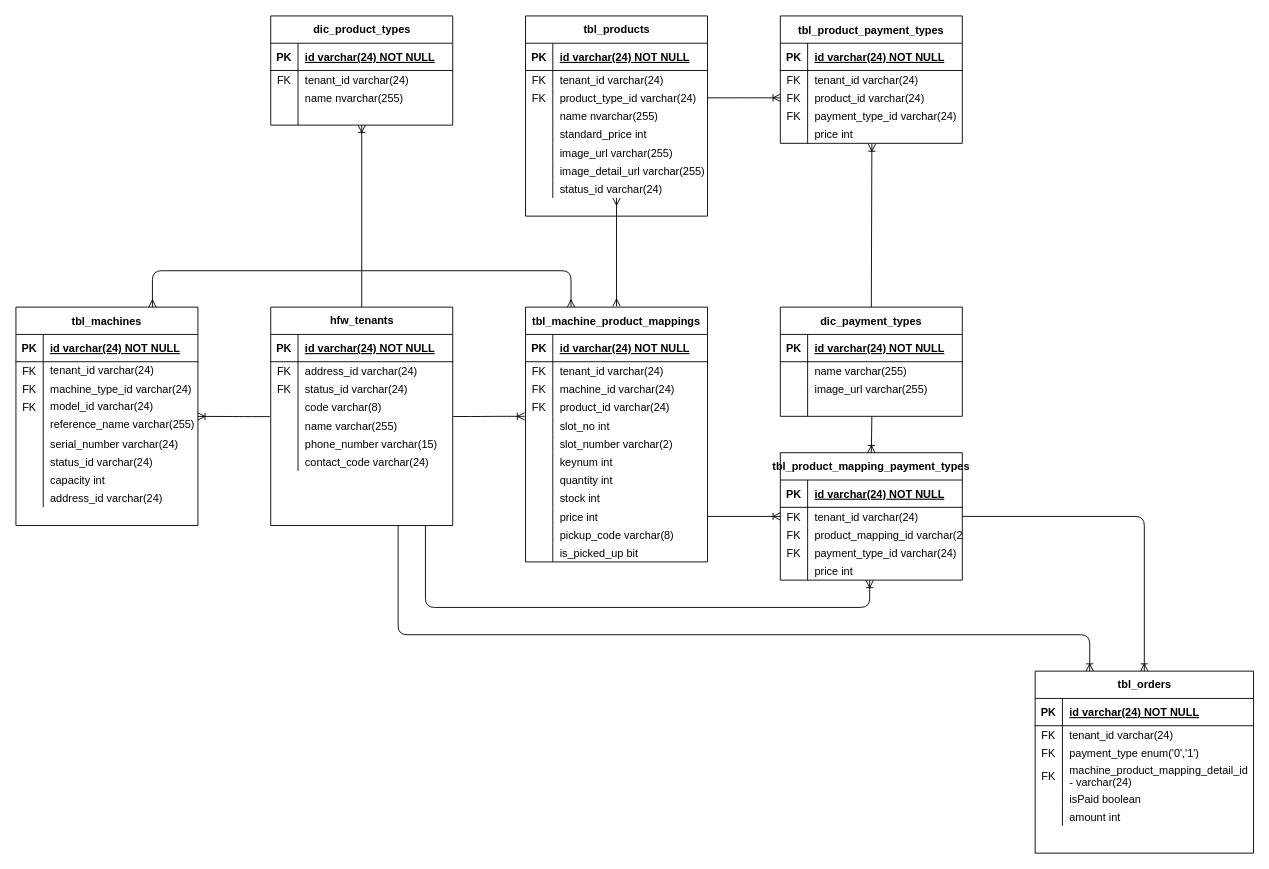
This is page "Product" (4 of 6) of Untitled Diagram.drawio from wardus3105/alphatest, a draw.io file, before an edit. Source tidied: cells renumbered, new cells numbered last; positions are measured from the earlier drawing's top-left corner, leaving out a move shared by most shapes. Both pictures are drawn from the tidied source at 91%, with x=0, y=0 at pixel (15, 15).
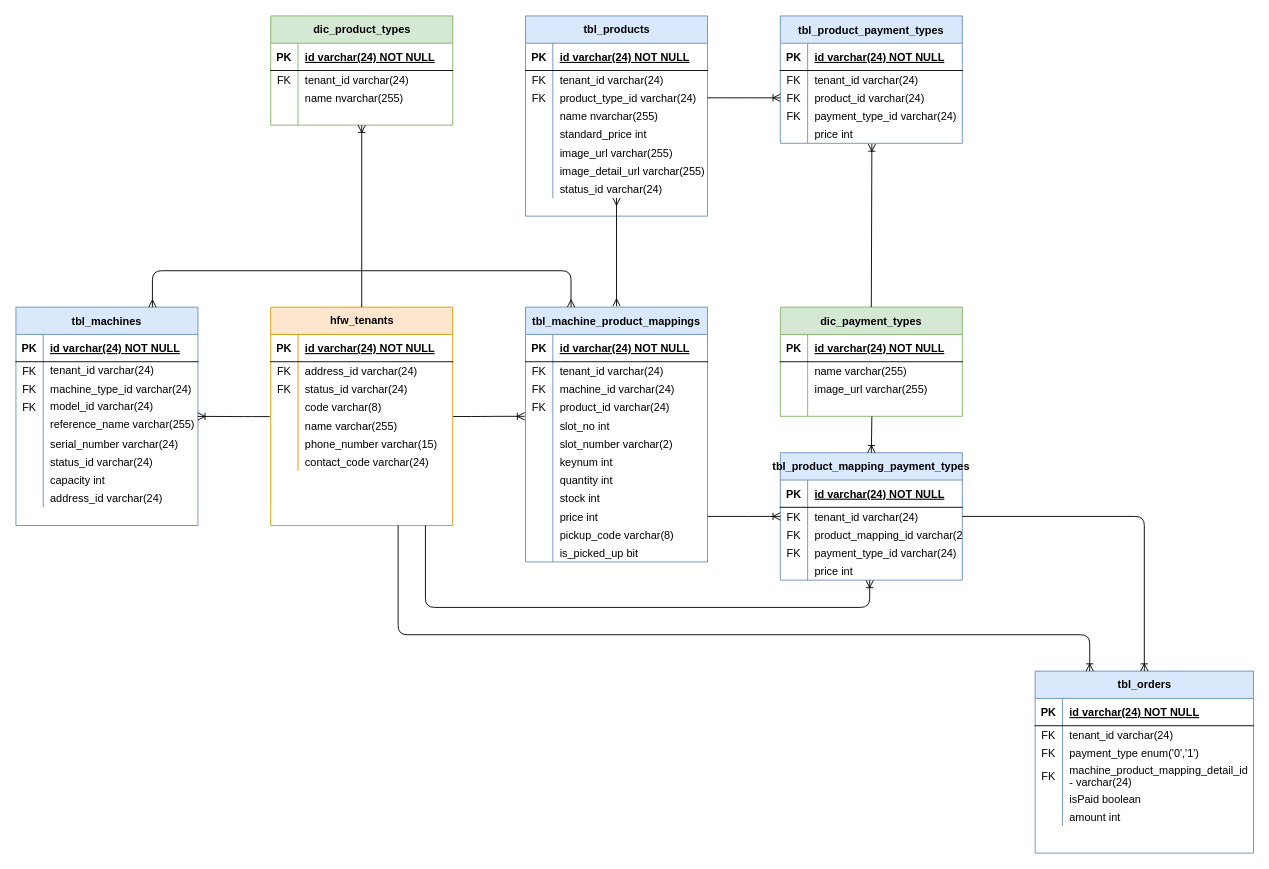
The same page after the edit.

Diff of the diagram source:
```diff
@@
-    <mxCell id="2" value="tbl_machines" style="shape=table;startSize=30;childLayout=tableLayout;rowLines=0;fontStyle=1;align=center;" parent="1" vertex="1">
+    <mxCell id="2" value="tbl_machines" style="shape=table;startSize=30;childLayout=tableLayout;rowLines=0;fontStyle=1;align=center;fillColor=#dae8fc;strokeColor=#6c8ebf;" parent="1" vertex="1">
       <mxGeometry y="320" width="200" height="240" as="geometry" />
     </mxCell>
@@
-    <mxCell id="30" value="hfw_tenants" style="shape=table;startSize=30;childLayout=tableLayout;rowLines=0;fontStyle=1;align=center;html=1;" parent="1" vertex="1">
+    <mxCell id="30" value="hfw_tenants" style="shape=table;startSize=30;childLayout=tableLayout;rowLines=0;fontStyle=1;align=center;html=1;fillColor=#ffe6cc;strokeColor=#d79b00;" parent="1" vertex="1">
       <mxGeometry x="280" y="320" width="200" height="240" as="geometry" />
     </mxCell>
@@
-    <mxCell id="52" value="tbl_products" style="shape=table;startSize=30;childLayout=tableLayout;rowLines=0;fontStyle=1;align=center;html=1;" parent="1" vertex="1">
+    <mxCell id="52" value="tbl_products" style="shape=table;startSize=30;childLayout=tableLayout;rowLines=0;fontStyle=1;align=center;html=1;fillColor=#dae8fc;strokeColor=#6c8ebf;" parent="1" vertex="1">
       <mxGeometry x="560" width="200" height="220" as="geometry" />
     </mxCell>
@@
-    <mxCell id="77" value="dic_product_types" style="shape=table;startSize=30;childLayout=tableLayout;rowLines=0;fontStyle=1;align=center;html=1;" parent="1" vertex="1">
+    <mxCell id="77" value="dic_product_types" style="shape=table;startSize=30;childLayout=tableLayout;rowLines=0;fontStyle=1;align=center;html=1;fillColor=#d5e8d4;strokeColor=#82b366;" parent="1" vertex="1">
       <mxGeometry x="280" width="200" height="120" as="geometry" />
     </mxCell>
@@
-    <mxCell id="90" value="tbl_orders" style="shape=table;startSize=30;childLayout=tableLayout;rowLines=0;fontStyle=1;align=center;html=1;" parent="1" vertex="1">
+    <mxCell id="90" value="tbl_orders" style="shape=table;startSize=30;childLayout=tableLayout;rowLines=0;fontStyle=1;align=center;html=1;fillColor=#dae8fc;strokeColor=#6c8ebf;" parent="1" vertex="1">
       <mxGeometry x="1120" y="720" width="240" height="200" as="geometry" />
     </mxCell>
@@
-    <mxCell id="111" value="tbl_machine_product_mappings" style="shape=table;startSize=30;childLayout=tableLayout;rowLines=0;fontStyle=1;align=center;fillColor=none;" parent="1" vertex="1">
+    <mxCell id="111" value="tbl_machine_product_mappings" style="shape=table;startSize=30;childLayout=tableLayout;rowLines=0;fontStyle=1;align=center;fillColor=#dae8fc;strokeColor=#6c8ebf;" parent="1" vertex="1">
       <mxGeometry x="560" y="320" width="200" height="280" as="geometry" />
     </mxCell>
@@
-    <mxCell id="152" value="dic_payment_types" style="shape=table;startSize=30;childLayout=tableLayout;rowLines=0;fontStyle=1;align=center;" parent="1" vertex="1">
+    <mxCell id="152" value="dic_payment_types" style="shape=table;startSize=30;childLayout=tableLayout;rowLines=0;fontStyle=1;align=center;fillColor=#d5e8d4;strokeColor=#82b366;" parent="1" vertex="1">
       <mxGeometry x="840" y="320" width="200" height="120" as="geometry" />
     </mxCell>
@@
-    <mxCell id="165" value="tbl_product_mapping_payment_types" style="shape=table;startSize=30;childLayout=tableLayout;rowLines=0;fontStyle=1;align=center;" parent="1" vertex="1">
+    <mxCell id="165" value="tbl_product_mapping_payment_types" style="shape=table;startSize=30;childLayout=tableLayout;rowLines=0;fontStyle=1;align=center;fillColor=#dae8fc;strokeColor=#6c8ebf;" parent="1" vertex="1">
       <mxGeometry x="840" y="480" width="200" height="140" as="geometry" />
     </mxCell>
@@
-    <mxCell id="184" value="tbl_product_payment_types" style="shape=table;startSize=30;childLayout=tableLayout;rowLines=0;fontStyle=1;align=center;" parent="1" vertex="1">
+    <mxCell id="184" value="tbl_product_payment_types" style="shape=table;startSize=30;childLayout=tableLayout;rowLines=0;fontStyle=1;align=center;fillColor=#dae8fc;strokeColor=#6c8ebf;" parent="1" vertex="1">
       <mxGeometry x="840" width="200" height="140" as="geometry" />
     </mxCell>
```
